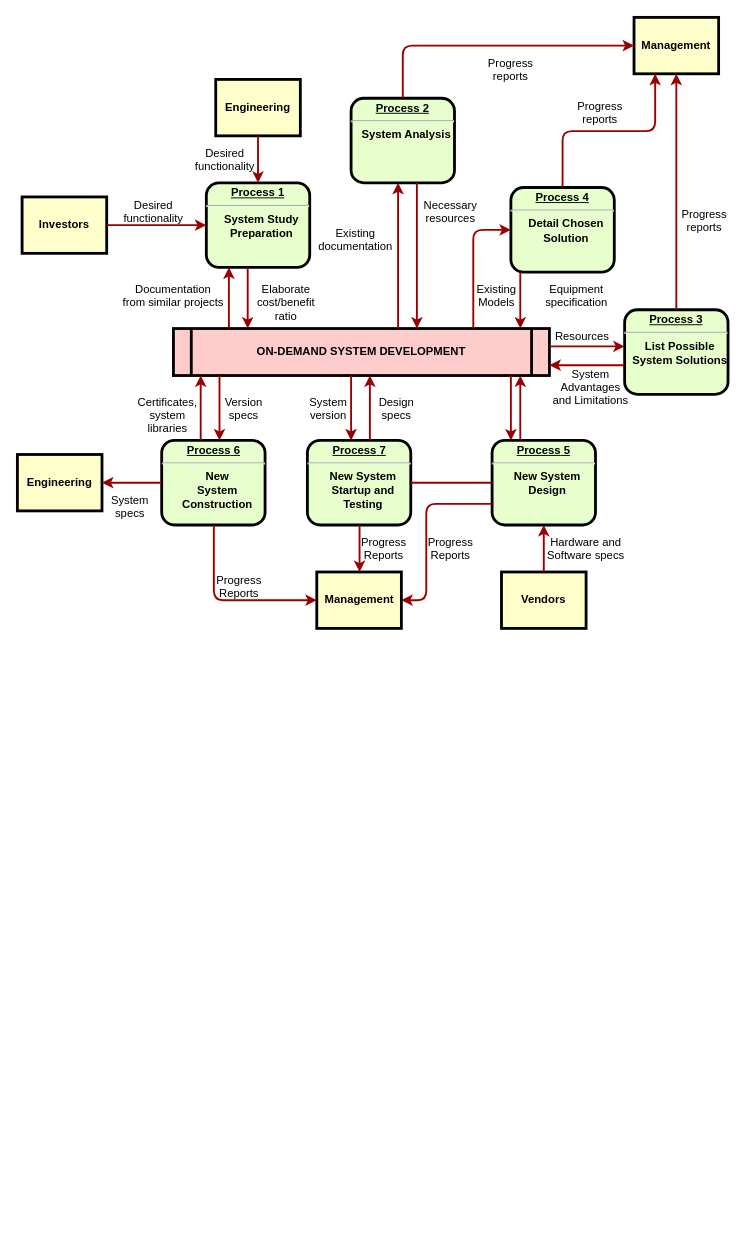
This is Untitled Diagram.drawio from zjh6607476/drawing, a draw.io file, before an edit. Source tidied: cells renumbered, new cells numbered last; positions are measured from the earlier drawing's top-left corner, leaving out a move shared by most shapes. Both pictures are drawn from the tidied source at 94%, with x=0, y=0 at pixel (17, 17).
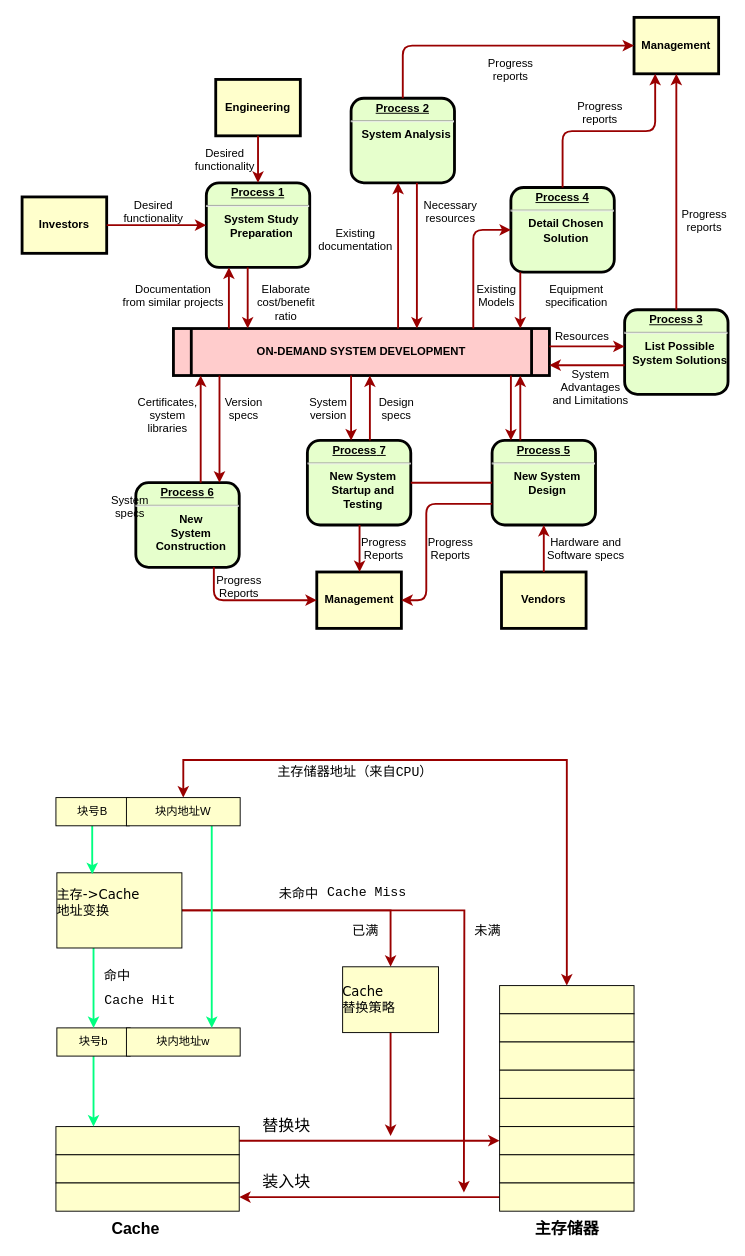
The same page after the edit.

Diff of the diagram source:
```diff
@@
     <mxCell id="10" value="&lt;p style=&quot;margin: 0px; margin-top: 4px; text-align: center; text-decoration: underline;&quot;&gt;&lt;strong&gt;&lt;strong&gt;Process&lt;/strong&gt; 6&lt;br /&gt;&lt;/strong&gt;&lt;/p&gt;&lt;hr /&gt;&lt;p style=&quot;margin: 0px; margin-left: 8px;&quot;&gt;New&lt;/p&gt;&lt;p style=&quot;margin: 0px; margin-left: 8px;&quot;&gt;System&lt;/p&gt;&lt;p style=&quot;margin: 0px; margin-left: 8px;&quot;&gt;Construction&lt;/p&gt;" style="verticalAlign=middle;align=center;overflow=fill;fontSize=12;fontFamily=Helvetica;html=1;rounded=1;fontStyle=1;strokeWidth=3;fillColor=#E6FFCC;" parent="1" vertex="1">
-      <mxGeometry x="153.5" y="450" width="110" height="90" as="geometry" />
+      <mxGeometry x="126" y="495" width="110" height="90" as="geometry" />
     </mxCell>
@@
+    <mxCell id="63" style="edgeStyle=orthogonalEdgeStyle;rounded=0;jettySize=auto;html=1;exitX=1;exitY=0.5;exitDx=0;exitDy=0;entryX=0;entryY=0.5;entryDx=0;entryDy=0;strokeColor=#990000;strokeWidth=2;" parent="1" edge="1" source="13" target="72">
+      <mxGeometry relative="1" as="geometry" />
+    </mxCell>
-    <mxCell id="13" value="Engineering" style="whiteSpace=wrap;align=center;verticalAlign=middle;fontStyle=1;strokeWidth=3;fillColor=#FFFFCC;" parent="1" vertex="1">
-      <mxGeometry y="465" width="90" height="60" as="geometry" />
+    <mxCell id="13" style="align=center;verticalAlign=middle;fontStyle=1;strokeWidth=1;fillColor=#FFFFCC;spacing=0;whiteSpace=wrap;" parent="1" vertex="1">
+      <mxGeometry x="41" y="1180" width="195" height="30" as="geometry" />
     </mxCell>
@@
-    <mxCell id="53" style="edgeStyle=elbowEdgeStyle;elbow=vertical;strokeColor=#990000;strokeWidth=2;" parent="1" edge="1" source="10" target="13">
-      <mxGeometry relative="1" as="geometry" />
-    </mxCell>
@@
+    <mxCell id="64" style="whiteSpace=wrap;align=center;verticalAlign=middle;fontStyle=1;strokeWidth=1;fillColor=#FFFFCC;" parent="1" vertex="1">
+      <mxGeometry x="41" y="1210" width="195" height="30" as="geometry" />
+    </mxCell>
+    <mxCell id="65" style="whiteSpace=wrap;align=center;verticalAlign=middle;fontStyle=1;strokeWidth=1;fillColor=#FFFFCC;" parent="1" vertex="1">
+      <mxGeometry x="41" y="1240" width="195" height="30" as="geometry" />
+    </mxCell>
+    <mxCell id="66" value="&lt;font style=&quot;font-size: 17px&quot;&gt;Cache&lt;/font&gt;" style="text;html=1;strokeColor=none;fillColor=none;align=center;verticalAlign=middle;whiteSpace=wrap;rounded=0;fontStyle=1;" parent="1" vertex="1">
+      <mxGeometry x="106" y="1280" width="40" height="20" as="geometry" />
+    </mxCell>
+    <mxCell id="67" style="align=center;verticalAlign=middle;fontStyle=1;strokeWidth=1;fillColor=#FFFFCC;spacing=0;whiteSpace=wrap;" parent="1" vertex="1">
+      <mxGeometry x="513" y="1030" width="143" height="30" as="geometry" />
+    </mxCell>
+    <mxCell id="68" style="align=center;verticalAlign=middle;fontStyle=1;strokeWidth=1;fillColor=#FFFFCC;spacing=0;whiteSpace=wrap;" parent="1" vertex="1">
+      <mxGeometry x="513" y="1060" width="143" height="30" as="geometry" />
+    </mxCell>
+    <mxCell id="69" style="align=center;verticalAlign=middle;fontStyle=1;strokeWidth=1;fillColor=#FFFFCC;spacing=0;whiteSpace=wrap;" parent="1" vertex="1">
+      <mxGeometry x="513" y="1090" width="143" height="30" as="geometry" />
+    </mxCell>
+    <mxCell id="70" style="align=center;verticalAlign=middle;fontStyle=1;strokeWidth=1;fillColor=#FFFFCC;spacing=0;whiteSpace=wrap;" parent="1" vertex="1">
+      <mxGeometry x="513" y="1120" width="143" height="30" as="geometry" />
+    </mxCell>
+    <mxCell id="71" style="align=center;verticalAlign=middle;fontStyle=1;strokeWidth=1;fillColor=#FFFFCC;spacing=0;whiteSpace=wrap;" parent="1" vertex="1">
+      <mxGeometry x="513" y="1150" width="143" height="30" as="geometry" />
+    </mxCell>
+    <mxCell id="72" style="align=center;verticalAlign=middle;fontStyle=1;strokeWidth=1;fillColor=#FFFFCC;spacing=0;whiteSpace=wrap;" parent="1" vertex="1">
+      <mxGeometry x="513" y="1180" width="143" height="30" as="geometry" />
+    </mxCell>
+    <mxCell id="73" style="align=center;verticalAlign=middle;fontStyle=1;strokeWidth=1;fillColor=#FFFFCC;spacing=0;whiteSpace=wrap;" parent="1" vertex="1">
+      <mxGeometry x="513" y="1210" width="143" height="30" as="geometry" />
+    </mxCell>
+    <mxCell id="74" style="edgeStyle=orthogonalEdgeStyle;rounded=0;jettySize=auto;html=1;exitX=0;exitY=0.5;exitDx=0;exitDy=0;entryX=1;entryY=0.5;entryDx=0;entryDy=0;strokeColor=#990000;strokeWidth=2;" parent="1" edge="1" source="75" target="65">
+      <mxGeometry relative="1" as="geometry" />
+    </mxCell>
+    <mxCell id="75" style="align=center;verticalAlign=middle;fontStyle=1;strokeWidth=1;fillColor=#FFFFCC;spacing=0;whiteSpace=wrap;" parent="1" vertex="1">
+      <mxGeometry x="513" y="1240" width="143" height="30" as="geometry" />
+    </mxCell>
+    <mxCell id="76" value="&lt;span style=&quot;font-size: 17px&quot;&gt;主存储器&lt;/span&gt;" style="text;html=1;strokeColor=none;fillColor=none;align=center;verticalAlign=middle;whiteSpace=wrap;rounded=0;fontStyle=1;" parent="1" vertex="1">
+      <mxGeometry x="544.5" y="1280" width="80" height="20" as="geometry" />
+    </mxCell>
+    <mxCell id="77" value="&lt;font style=&quot;font-size: 17px&quot;&gt;替换块&lt;/font&gt;" style="text;html=1;strokeColor=none;fillColor=none;align=center;verticalAlign=middle;whiteSpace=wrap;rounded=0;" parent="1" vertex="1">
+      <mxGeometry x="256.5" y="1170" width="59" height="20" as="geometry" />
+    </mxCell>
+    <mxCell id="78" value="&lt;font style=&quot;font-size: 17px&quot;&gt;装入块&lt;/font&gt;" style="text;html=1;strokeColor=none;fillColor=none;align=center;verticalAlign=middle;whiteSpace=wrap;rounded=0;" parent="1" vertex="1">
+      <mxGeometry x="256.5" y="1230" width="59" height="20" as="geometry" />
+    </mxCell>
+    <mxCell id="79" style="edgeStyle=orthogonalEdgeStyle;rounded=0;jettySize=auto;html=1;strokeColor=#00FF80;strokeWidth=2;fontFamily=Courier New;fontSize=14;fontColor=#99FF99;" parent="1" edge="1" source="80" target="13">
+      <mxGeometry relative="1" as="geometry">
+        <Array as="points">
+          <mxPoint x="81" y="1180" />
+          <mxPoint x="81" y="1180" />
+        </Array>
+      </mxGeometry>
+    </mxCell>
+    <mxCell id="80" value="块号b" style="align=center;verticalAlign=middle;fontStyle=0;strokeWidth=1;fillColor=#FFFFCC;spacing=0;whiteSpace=wrap;" parent="1" vertex="1">
+      <mxGeometry x="42" y="1075" width="78" height="30" as="geometry" />
+    </mxCell>
+    <mxCell id="81" value="块内地址w" style="align=center;verticalAlign=middle;fontStyle=0;strokeWidth=1;fillColor=#FFFFCC;spacing=0;whiteSpace=wrap;" parent="1" vertex="1">
+      <mxGeometry x="116" y="1075" width="121" height="30" as="geometry" />
+    </mxCell>
+    <mxCell id="82" style="edgeStyle=orthogonalEdgeStyle;rounded=0;jettySize=auto;html=1;strokeColor=#00FF80;strokeWidth=2;fontFamily=Courier New;fontSize=14;fontColor=#99FF99;entryX=0.5;entryY=0;entryDx=0;entryDy=0;" parent="1" edge="1" source="86" target="80">
+      <mxGeometry relative="1" as="geometry">
+        <Array as="points">
+          <mxPoint x="81" y="1010" />
+          <mxPoint x="81" y="1010" />
+        </Array>
+      </mxGeometry>
+    </mxCell>
+    <mxCell id="83" value="命中" style="text;html=1;align=center;verticalAlign=middle;labelBackgroundColor=#ffffff;fontSize=14;fontFamily=Courier New;fontColor=#000000;" parent="82" vertex="1">
+      <mxGeometry x="-0.11" y="1" relative="1" as="geometry">
+        <mxPoint x="23" y="-7.5" as="offset" />
+      </mxGeometry>
+    </mxCell>
+    <mxCell id="84" style="edgeStyle=orthogonalEdgeStyle;rounded=0;jettySize=auto;html=1;exitX=1;exitY=0.5;exitDx=0;exitDy=0;startArrow=none;startFill=0;strokeColor=#990000;strokeWidth=2;fontFamily=Courier New;fontSize=14;fontColor=#000000;" parent="1" edge="1" source="86" target="94">
+      <mxGeometry relative="1" as="geometry" />
+    </mxCell>
+    <mxCell id="85" style="edgeStyle=orthogonalEdgeStyle;rounded=0;jettySize=auto;html=1;exitX=1;exitY=0.5;exitDx=0;exitDy=0;startArrow=none;startFill=0;strokeColor=#990000;strokeWidth=2;fontFamily=Courier New;fontSize=14;fontColor=#000000;" parent="1" edge="1" source="86">
+      <mxGeometry relative="1" as="geometry">
+        <mxPoint x="475" y="1250" as="targetPoint" />
+      </mxGeometry>
+    </mxCell>
+    <mxCell id="86" value="主存-&gt;Cache&#10;地址变换&#10;" style="align=left;verticalAlign=middle;fontStyle=0;strokeWidth=1;fillColor=#FFFFCC;spacing=0;whiteSpace=wrap;horizontal=1;fontSize=14;fontFamily=Verdana;" parent="1" vertex="1">
+      <mxGeometry x="42" y="910" width="133" height="80" as="geometry" />
+    </mxCell>
+    <mxCell id="87" style="edgeStyle=orthogonalEdgeStyle;rounded=0;jettySize=auto;html=1;strokeColor=#00FF80;strokeWidth=2;fontFamily=Courier New;fontSize=14;fontColor=#000000;entryX=0.283;entryY=0.018;entryDx=0;entryDy=0;entryPerimeter=0;" parent="1" edge="1" source="88" target="86">
+      <mxGeometry relative="1" as="geometry">
+        <Array as="points">
+          <mxPoint x="80" y="885" />
+        </Array>
+      </mxGeometry>
+    </mxCell>
+    <mxCell id="88" value="块号B" style="align=center;verticalAlign=middle;fontStyle=0;strokeWidth=1;fillColor=#FFFFCC;spacing=0;whiteSpace=wrap;" parent="1" vertex="1">
+      <mxGeometry x="41" y="830" width="78" height="30" as="geometry" />
+    </mxCell>
+    <mxCell id="89" style="edgeStyle=orthogonalEdgeStyle;rounded=0;jettySize=auto;html=1;entryX=0.5;entryY=0;entryDx=0;entryDy=0;strokeColor=#990000;strokeWidth=2;fontFamily=Courier New;fontSize=14;fontColor=#000000;startArrow=classic;startFill=1;" parent="1" edge="1" source="91" target="67">
+      <mxGeometry relative="1" as="geometry">
+        <Array as="points">
+          <mxPoint x="177" y="790" />
+          <mxPoint x="585" y="790" />
+        </Array>
+      </mxGeometry>
+    </mxCell>
+    <mxCell id="90" style="edgeStyle=orthogonalEdgeStyle;rounded=0;jettySize=auto;html=1;exitX=0.75;exitY=1;exitDx=0;exitDy=0;entryX=0.75;entryY=0;entryDx=0;entryDy=0;strokeColor=#00FF80;strokeWidth=2;fontFamily=Courier New;fontSize=14;fontColor=#000000;" parent="1" edge="1" source="91" target="81">
+      <mxGeometry relative="1" as="geometry" />
+    </mxCell>
+    <mxCell id="91" value="块内地址W" style="align=center;verticalAlign=middle;fontStyle=0;strokeWidth=1;fillColor=#FFFFCC;spacing=0;whiteSpace=wrap;" parent="1" vertex="1">
+      <mxGeometry x="116" y="830" width="121" height="30" as="geometry" />
+    </mxCell>
+    <mxCell id="92" value="主存储器地址（来自CPU）" style="text;html=1;align=center;verticalAlign=middle;labelBackgroundColor=#ffffff;fontSize=14;fontFamily=Courier New;fontColor=#000000;" parent="1" vertex="1">
+      <mxGeometry x="335.1" y="809.9" as="geometry">
+        <mxPoint x="23" y="-7.5" as="offset" />
+      </mxGeometry>
+    </mxCell>
+    <mxCell id="93" style="edgeStyle=orthogonalEdgeStyle;rounded=0;jettySize=auto;html=1;exitX=0.5;exitY=1;exitDx=0;exitDy=0;startArrow=none;startFill=0;strokeColor=#990000;strokeWidth=2;fontFamily=Courier New;fontSize=14;fontColor=#000000;" parent="1" edge="1" source="94">
+      <mxGeometry relative="1" as="geometry">
+        <mxPoint x="397" y="1190" as="targetPoint" />
+      </mxGeometry>
+    </mxCell>
+    <mxCell id="94" value="Cache&#10;替换策略" style="align=left;verticalAlign=middle;fontStyle=0;strokeWidth=1;fillColor=#FFFFCC;spacing=0;whiteSpace=wrap;horizontal=1;fontSize=14;fontFamily=Verdana;" parent="1" vertex="1">
+      <mxGeometry x="346" y="1010" width="102" height="70" as="geometry" />
+    </mxCell>
+    <mxCell id="95" value="未命中" style="text;html=1;align=center;verticalAlign=middle;labelBackgroundColor=#ffffff;fontSize=14;fontFamily=Courier New;fontColor=#000000;" parent="1" vertex="1">
+      <mxGeometry x="275.1" y="939.9" as="geometry">
+        <mxPoint x="23" y="-7.5" as="offset" />
+      </mxGeometry>
+    </mxCell>
+    <mxCell id="96" value="已满" style="text;html=1;align=center;verticalAlign=middle;labelBackgroundColor=#ffffff;fontSize=14;fontFamily=Courier New;fontColor=#000000;" parent="1" vertex="1">
+      <mxGeometry x="346.1" y="979.9" as="geometry">
+        <mxPoint x="23" y="-7.5" as="offset" />
+      </mxGeometry>
+    </mxCell>
+    <mxCell id="97" value="未满" style="text;html=1;align=center;verticalAlign=middle;labelBackgroundColor=#ffffff;fontSize=14;fontFamily=Courier New;fontColor=#000000;" parent="1" vertex="1">
+      <mxGeometry x="476.1" y="979.9" as="geometry">
+        <mxPoint x="23" y="-7.5" as="offset" />
+      </mxGeometry>
+    </mxCell>
+    <mxCell id="98" value="Cache Hit" style="text;html=1;align=left;verticalAlign=top;spacingTop=-4;fontSize=14;fontFamily=Courier New;fontColor=#000000;" parent="1" vertex="1">
+      <mxGeometry x="91" y="1035" width="90" height="20" as="geometry" />
+    </mxCell>
+    <mxCell id="99" value="Cache Miss" style="text;html=1;align=left;verticalAlign=top;spacingTop=-4;fontSize=14;fontFamily=Courier New;fontColor=#000000;" parent="1" vertex="1">
+      <mxGeometry x="328" y="920" width="100" height="20" as="geometry" />
+    </mxCell>
```
